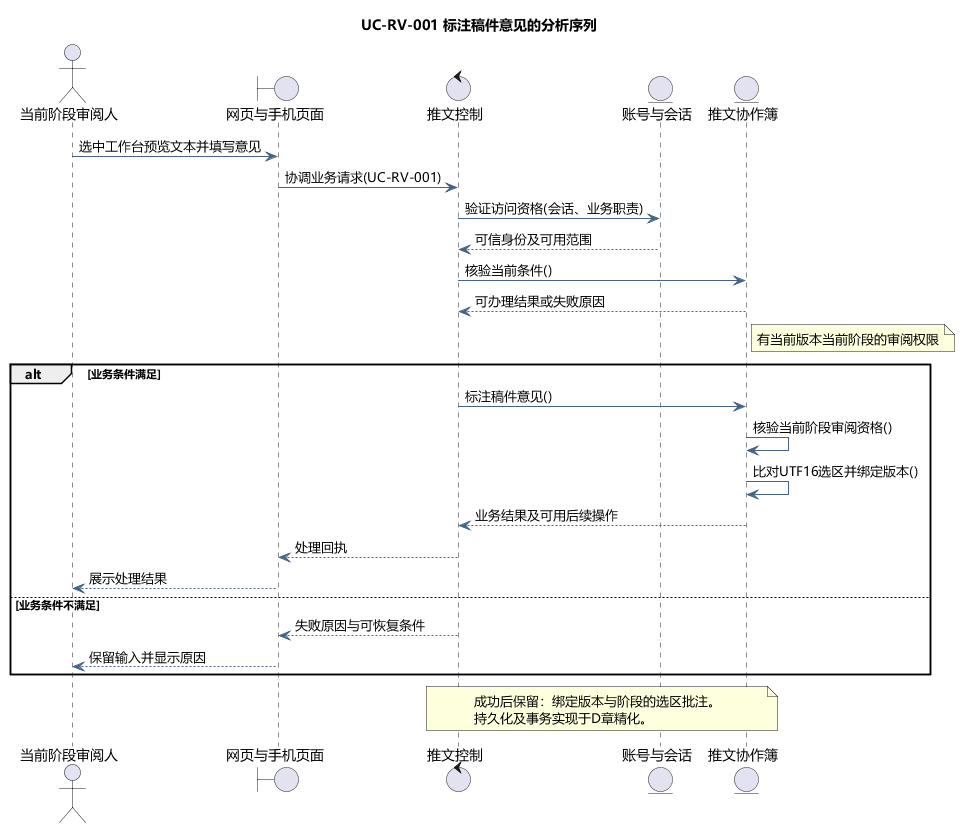
Before: docs/diagrams/analysis/seq-uc-rv-001.png, a diagram exported from PlantUML (tccc1csu/miniprogram-csu).
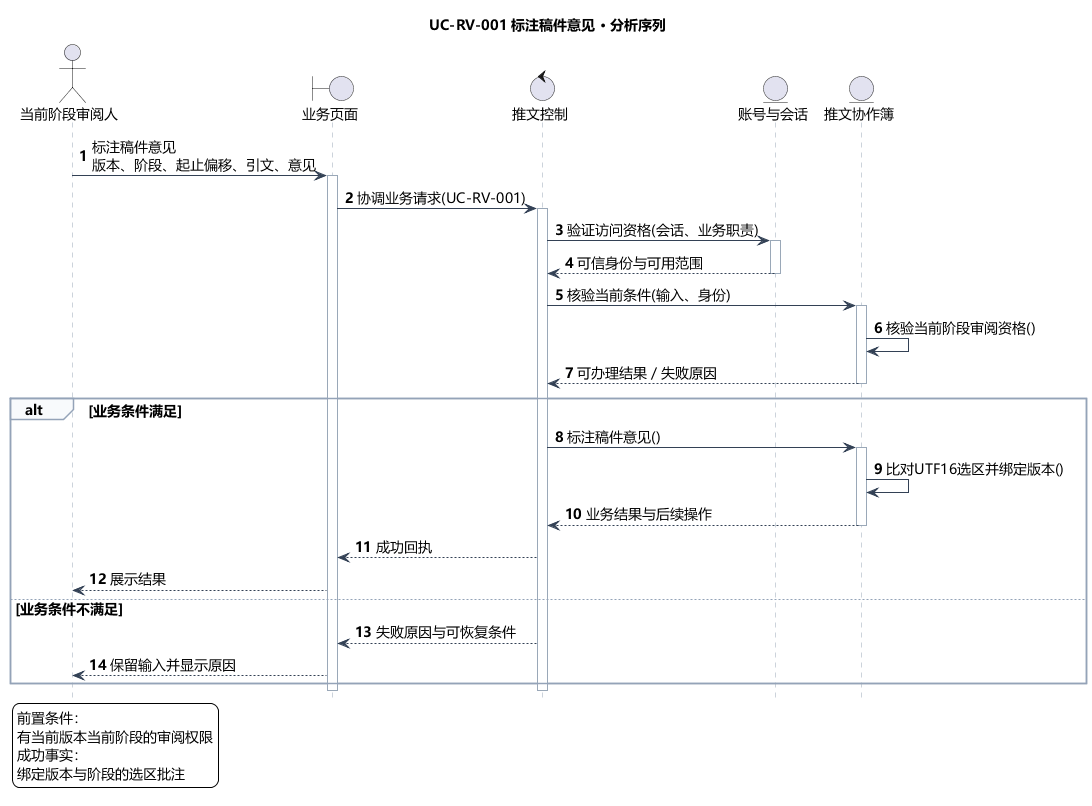
The same diagram one commit later.

The edit, as a diff of the source:
```diff
@@ -5,35 +5,53 @@
 skinparam ArrowColor #466482
 skinparam classAttributeIconSize 0
 hide empty members
-title UC-RV-001 标注稿件意见的分析序列
+skinparam defaultFontSize 14
+skinparam sequenceLifeLineBorderColor #9AA8B8
+skinparam sequenceArrowColor #334155
+skinparam sequenceGroupBorderColor #94A3B8
+skinparam sequenceGroupBackgroundColor #F8FAFC
+skinparam sequenceParticipantPadding 18
+skinparam maxMessageSize 240
+hide footbox
+autonumber
+title UC-RV-001 标注稿件意见 · 分析序列
 actor "当前阶段审阅人" as actor
-boundary "网页与手机页面" as page
+boundary "业务页面" as page
 control "推文控制" as ctl
 entity "账号与会话" as identity
 entity "推文协作簿" as model
-actor -> page : 选中工作台预览文本并填写意见
+actor -> page : 标注稿件意见\n版本、阶段、起止偏移、引文、意见
+activate page
 page -> ctl : 协调业务请求(UC-RV-001)
+activate ctl
 ctl -> identity : 验证访问资格(会话、业务职责)
-identity --> ctl : 可信身份及可用范围
-ctl -> model : 核验当前条件()
-model --> ctl : 可办理结果或失败原因
-note right of model
-有当前版本当前阶段的审阅权限
-end note
+activate identity
+identity --> ctl : 可信身份与可用范围
+deactivate identity
+ctl -> model : 核验当前条件(输入、身份)
+activate model
+model -> model : 核验当前阶段审阅资格()
+model --> ctl : 可办理结果／失败原因
+deactivate model
 alt 业务条件满足
 ctl -> model : 标注稿件意见()
-model -> model : 核验当前阶段审阅资格()
+activate model
 model -> model : 比对UTF16选区并绑定版本()
-model --> ctl : 业务结果及可用后续操作
-ctl --> page : 处理回执
-page --> actor : 展示处理结果
+model --> ctl : 业务结果与后续操作
+deactivate model
+ctl --> page : 成功回执
+page --> actor : 展示结果
 else 业务条件不满足
 ctl --> page : 失败原因与可恢复条件
 page --> actor : 保留输入并显示原因
 end
-note over ctl,model
-成功后保留：绑定版本与阶段的选区批注。
-持久化及事务实现于D章精化。
-end note
+deactivate ctl
+deactivate page
+legend bottom left
+前置条件：
+有当前版本当前阶段的审阅权限
+成功事实：
+绑定版本与阶段的选区批注
+endlegend
 
 @enduml
```
